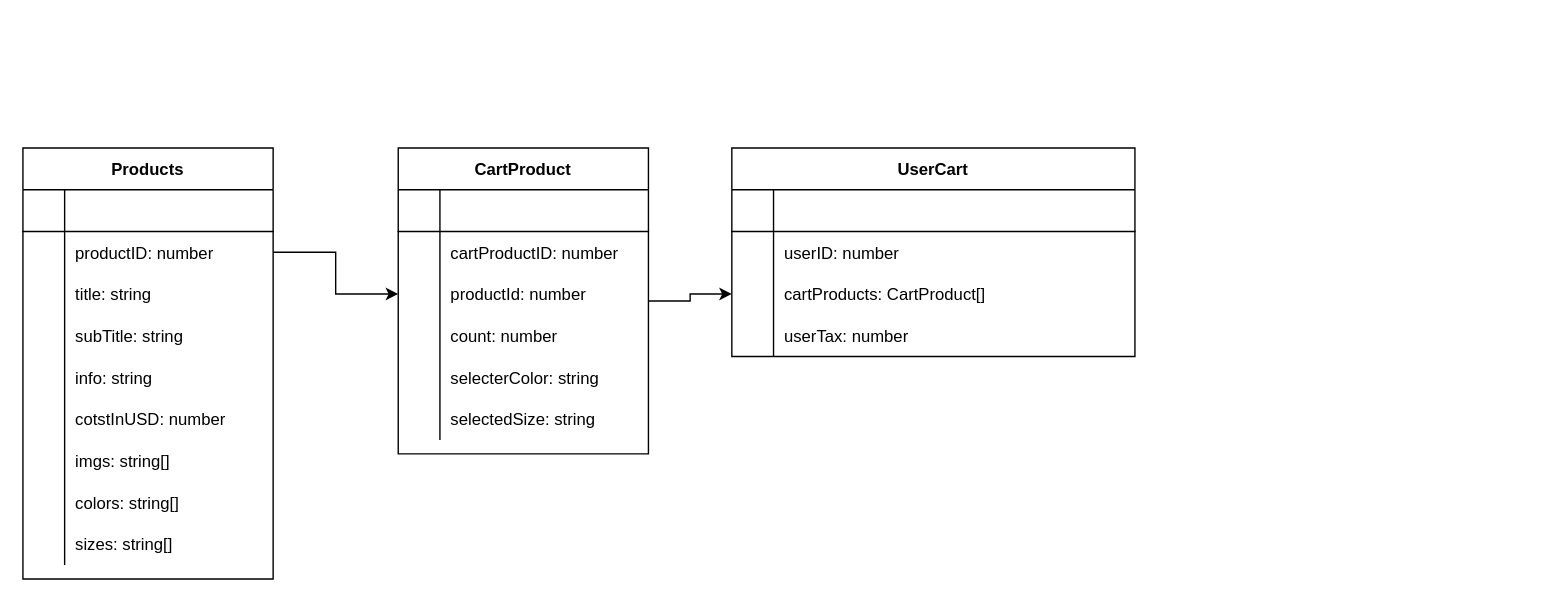
Before: src/assets/Untitled Diagram.drawio in 4workacc/scandiweb_react, a draw.io diagram. Source tidied: cells renumbered, new cells numbered last; positions are measured from the earlier drawing's top-left corner, leaving out a move shared by most shapes. Both pictures are drawn from the tidied source at 139%, with x=0, y=0 at pixel (22, 147).
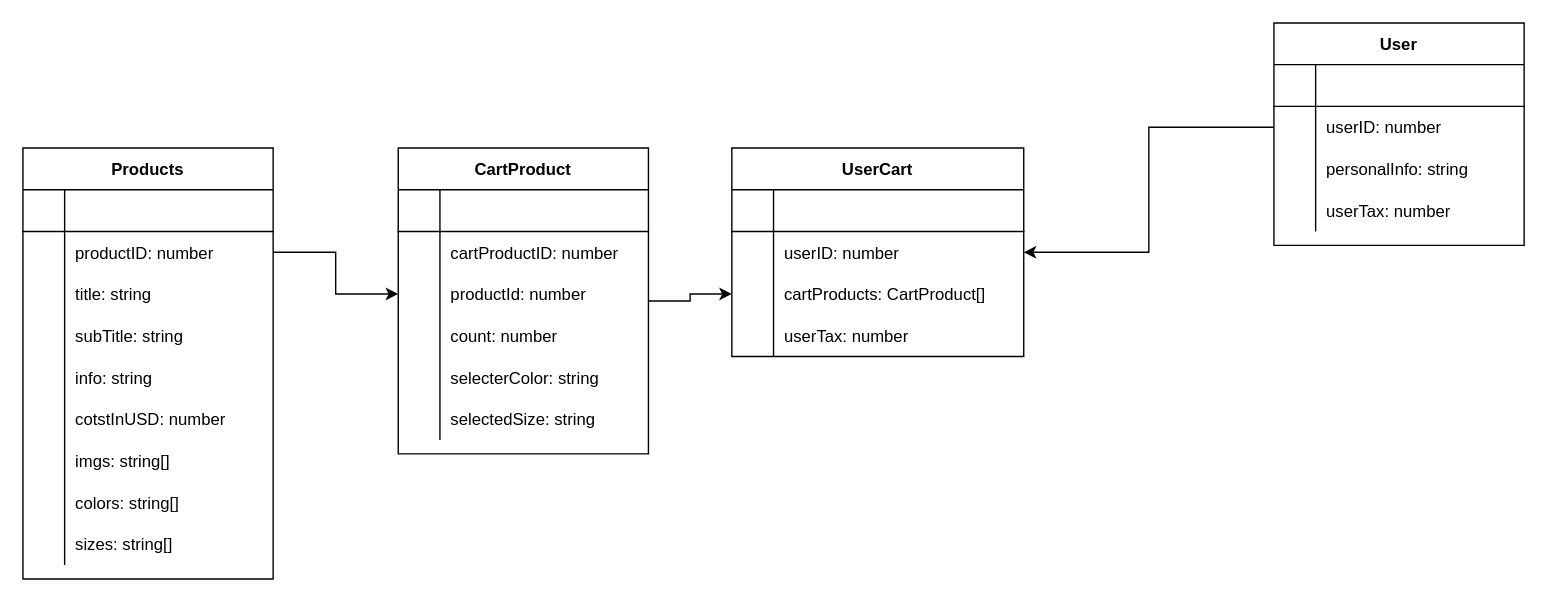
The same page after the edit.

Diff of the diagram source:
```diff
@@
     <mxCell id="56" value="UserCart" style="shape=table;startSize=30;childLayout=tableLayout;rowLines=0;fontStyle=1;align=center;" parent="1" vertex="1">
-      <mxGeometry x="510" width="290" height="150" as="geometry" />
+      <mxGeometry x="510" width="210" height="150" as="geometry" />
     </mxCell>
     <mxCell id="57" style="shape=tableRow;horizontal=0;startSize=0;swimlaneHead=0;swimlaneBody=0;fillColor=none;top=0;left=0;right=0;bottom=1;" parent="56" vertex="1">
-      <mxGeometry y="30" width="290" height="30" as="geometry" />
+      <mxGeometry y="30" width="210" height="30" as="geometry" />
     </mxCell>
@@
     <mxCell id="59" style="shape=partialRectangle;fillColor=none;top=0;left=0;bottom=0;right=0;align=left;spacingLeft=6;fontStyle=5;overflow=hidden;" parent="57" vertex="1">
-      <mxGeometry x="30" width="260" height="30" as="geometry" />
+      <mxGeometry x="30" width="180" height="30" as="geometry" />
     </mxCell>
     <mxCell id="60" style="shape=tableRow;horizontal=0;startSize=0;swimlaneHead=0;swimlaneBody=0;fillColor=none;points=[[0,0.5],[1,0.5]];portConstraint=eastwest;top=0;left=0;right=0;bottom=0;" parent="56" vertex="1">
-      <mxGeometry y="60" width="290" height="30" as="geometry" />
+      <mxGeometry y="60" width="210" height="30" as="geometry" />
     </mxCell>
@@
     <mxCell id="62" value="userID: number" style="shape=partialRectangle;fillColor=none;top=0;left=0;bottom=0;right=0;align=left;spacingLeft=6;overflow=hidden;" parent="60" vertex="1">
-      <mxGeometry x="30" width="260" height="30" as="geometry" />
+      <mxGeometry x="30" width="180" height="30" as="geometry" />
     </mxCell>
     <mxCell id="63" style="shape=tableRow;horizontal=0;startSize=0;swimlaneHead=0;swimlaneBody=0;fillColor=none;points=[[0,0.5],[1,0.5]];portConstraint=eastwest;top=0;left=0;right=0;bottom=0;" parent="56" vertex="1">
-      <mxGeometry y="90" width="290" height="30" as="geometry" />
+      <mxGeometry y="90" width="210" height="30" as="geometry" />
     </mxCell>
@@
     <mxCell id="65" value="cartProducts: CartProduct[]" style="shape=partialRectangle;fillColor=none;top=0;left=0;bottom=0;right=0;align=left;spacingLeft=6;overflow=hidden;" parent="63" vertex="1">
-      <mxGeometry x="30" width="260" height="30" as="geometry" />
+      <mxGeometry x="30" width="180" height="30" as="geometry" />
     </mxCell>
     <mxCell id="66" style="shape=tableRow;horizontal=0;startSize=0;swimlaneHead=0;swimlaneBody=0;fillColor=none;top=0;left=0;right=0;bottom=0;" parent="56" vertex="1">
-      <mxGeometry y="120" width="290" height="30" as="geometry" />
+      <mxGeometry y="120" width="210" height="30" as="geometry" />
     </mxCell>
@@
     <mxCell id="68" value="userTax: number" style="shape=partialRectangle;fillColor=none;top=0;left=0;bottom=0;right=0;align=left;spacingLeft=6;overflow=hidden;" parent="66" vertex="1">
-      <mxGeometry x="30" width="260" height="30" as="geometry" />
+      <mxGeometry x="30" width="180" height="30" as="geometry" />
     </mxCell>
+    <mxCell id="69" value="User" style="shape=table;startSize=30;childLayout=tableLayout;rowLines=0;fontStyle=1;align=center;" parent="1" vertex="1">
+      <mxGeometry x="900" y="-90" width="180" height="160" as="geometry" />
+    </mxCell>
+    <mxCell id="70" style="shape=tableRow;horizontal=0;startSize=0;swimlaneHead=0;swimlaneBody=0;fillColor=none;top=0;left=0;right=0;bottom=1;" parent="69" vertex="1">
+      <mxGeometry y="30" width="180" height="30" as="geometry" />
+    </mxCell>
+    <mxCell id="71" style="shape=partialRectangle;fillColor=none;top=0;left=0;bottom=0;right=0;fontStyle=1;overflow=hidden;" parent="70" vertex="1">
+      <mxGeometry width="30" height="30" as="geometry" />
+    </mxCell>
+    <mxCell id="72" style="shape=partialRectangle;fillColor=none;top=0;left=0;bottom=0;right=0;align=left;spacingLeft=6;fontStyle=5;overflow=hidden;" parent="70" vertex="1">
+      <mxGeometry x="30" width="150" height="30" as="geometry" />
+    </mxCell>
+    <mxCell id="73" style="shape=tableRow;horizontal=0;startSize=0;swimlaneHead=0;swimlaneBody=0;fillColor=none;points=[[0,0.5],[1,0.5]];portConstraint=eastwest;top=0;left=0;right=0;bottom=0;" parent="69" vertex="1">
+      <mxGeometry y="60" width="180" height="30" as="geometry" />
+    </mxCell>
+    <mxCell id="74" style="shape=partialRectangle;fillColor=none;top=0;left=0;bottom=0;right=0;overflow=hidden;" parent="73" vertex="1">
+      <mxGeometry width="30" height="30" as="geometry" />
+    </mxCell>
+    <mxCell id="75" value="userID: number" style="shape=partialRectangle;fillColor=none;top=0;left=0;bottom=0;right=0;align=left;spacingLeft=6;overflow=hidden;" parent="73" vertex="1">
+      <mxGeometry x="30" width="150" height="30" as="geometry" />
+    </mxCell>
+    <mxCell id="76" style="shape=tableRow;horizontal=0;startSize=0;swimlaneHead=0;swimlaneBody=0;fillColor=none;top=0;left=0;right=0;bottom=0;" parent="69" vertex="1">
+      <mxGeometry y="90" width="180" height="30" as="geometry" />
+    </mxCell>
+    <mxCell id="77" style="shape=partialRectangle;fillColor=none;top=0;left=0;bottom=0;right=0;overflow=hidden;" parent="76" vertex="1">
+      <mxGeometry width="30" height="30" as="geometry" />
+    </mxCell>
+    <mxCell id="78" value="personalInfo: string" style="shape=partialRectangle;fillColor=none;top=0;left=0;bottom=0;right=0;align=left;spacingLeft=6;overflow=hidden;" parent="76" vertex="1">
+      <mxGeometry x="30" width="150" height="30" as="geometry" />
+    </mxCell>
+    <mxCell id="79" style="shape=tableRow;horizontal=0;startSize=0;swimlaneHead=0;swimlaneBody=0;fillColor=none;top=0;left=0;right=0;bottom=0;" parent="69" vertex="1">
+      <mxGeometry y="120" width="180" height="30" as="geometry" />
+    </mxCell>
+    <mxCell id="80" style="shape=partialRectangle;fillColor=none;top=0;left=0;bottom=0;right=0;overflow=hidden;" parent="79" vertex="1">
+      <mxGeometry width="30" height="30" as="geometry" />
+    </mxCell>
+    <mxCell id="81" value="userTax: number" style="shape=partialRectangle;fillColor=none;top=0;left=0;bottom=0;right=0;align=left;spacingLeft=6;overflow=hidden;" parent="79" vertex="1">
+      <mxGeometry x="30" width="150" height="30" as="geometry" />
+    </mxCell>
+    <mxCell id="82" style="edgeStyle=orthogonalEdgeStyle;rounded=0;jettySize=auto;html=1;" parent="1" edge="1" source="73" target="60">
+      <mxGeometry relative="1" as="geometry" />
+    </mxCell>
```
